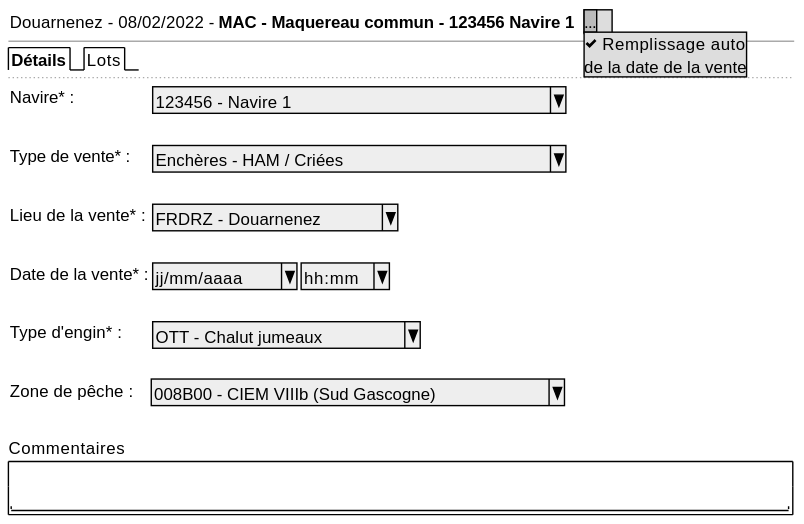
This is projects/obsvente/spe/images/sale-details.svg from sumaris-net/sumaris-doc, a PlantUML export, as it was before one commit. Its source is kept beside it as projects/obsvente/spe/images/sale-details.puml.
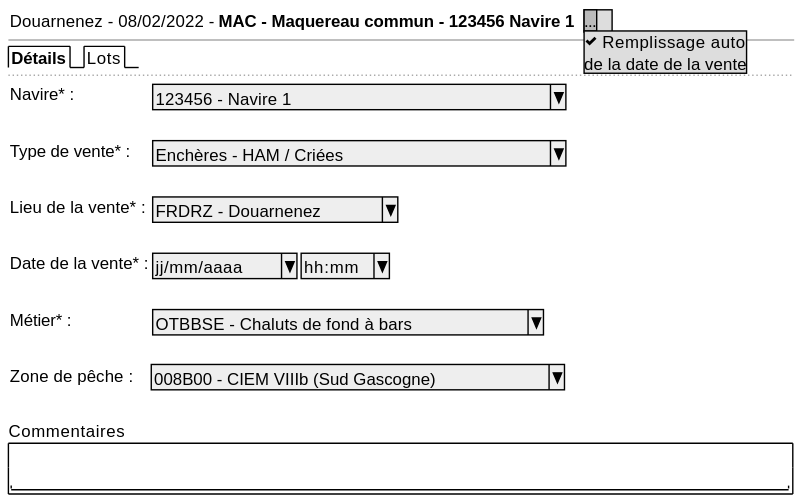
The same file after the commit.

Change to the diagram source:
```diff
@@ -16,7 +16,7 @@
       .
       Date de la vente* :   |  { ^ jj/mm/aaaa^  |  ^ hh:mm^ }
       .
-      Type d'engin* : | { ^ OTT - Chalut jumeaux ^ }
+      Métier* : | { ^ OTBBSE - Chaluts de fond à bars ^ }
       .
       Zone de pêche :            | ^ 008B00 - CIEM VIIIb (Sud Gascogne)^
       .
```
